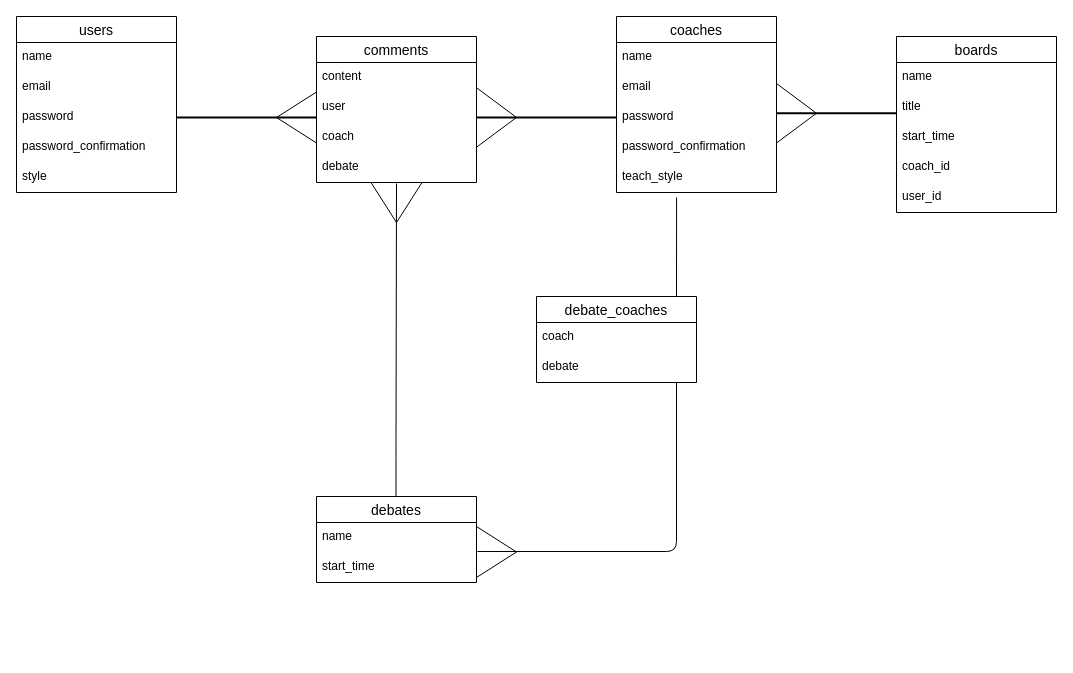
Before: .dio in kojimadaiki/debate-app, a draw.io diagram. Source tidied: cells renumbered, new cells numbered last; positions are measured from the earlier drawing's top-left corner, leaving out a move shared by most shapes. Both pictures are drawn from the tidied source at 100%, with x=0, y=0 at pixel (16, 16).
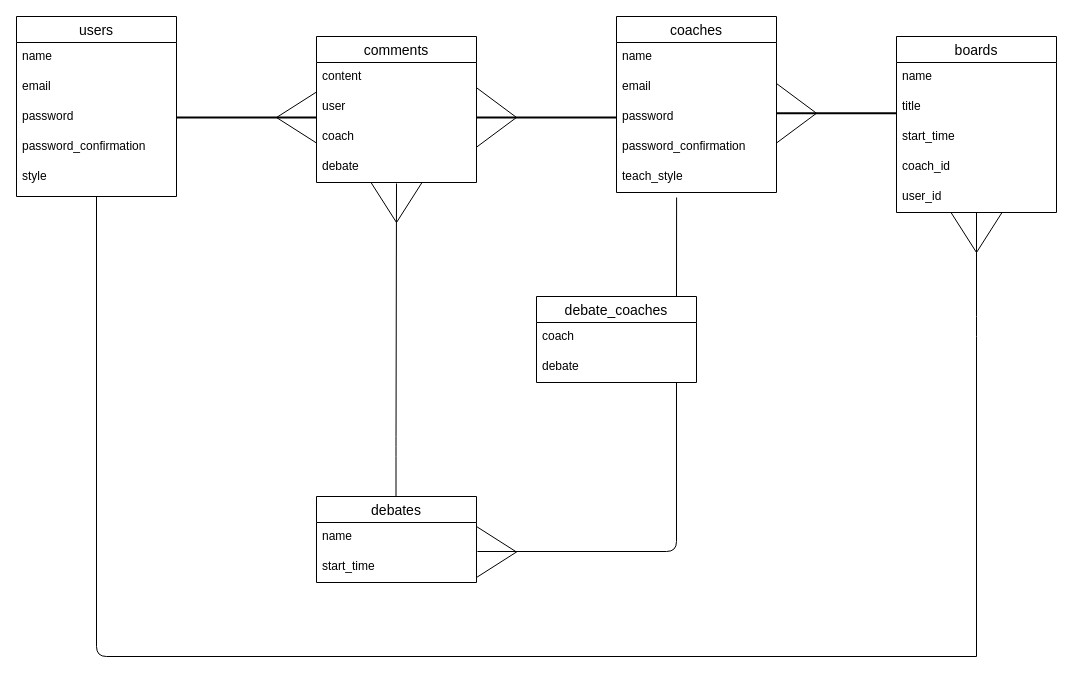
After the change.

The edit, as a diff of the source:
```diff
@@
     <mxCell id="8" value="users" style="swimlane;fontStyle=0;horizontal=1;startSize=26;align=center;fontSize=14;" parent="1" vertex="1">
-      <mxGeometry width="160" height="176" as="geometry" />
+      <mxGeometry width="160" height="180" as="geometry" />
     </mxCell>
@@
     <mxCell id="13" value="style" style="text;strokeColor=none;fillColor=none;spacingLeft=4;spacingRight=4;overflow=hidden;fontSize=12;" parent="8" vertex="1">
-      <mxGeometry y="146" width="160" height="30" as="geometry" />
+      <mxGeometry y="146" width="160" height="34" as="geometry" />
     </mxCell>
@@
+    <mxCell id="44" style="endArrow=none;html=1;entryX=0.5;entryY=1.033;entryDx=0;entryDy=0;entryPerimeter=0;" parent="1" edge="1">
+      <mxGeometry relative="1" as="geometry">
+        <mxPoint x="960" y="640" as="sourcePoint" />
+        <mxPoint x="80" y="180" as="targetPoint" />
+        <Array as="points">
+          <mxPoint x="80" y="640" />
+        </Array>
+      </mxGeometry>
+    </mxCell>
+    <mxCell id="45" style="endArrow=none;html=1;entryX=0.813;entryY=1.167;entryDx=0;entryDy=0;entryPerimeter=0;" parent="1" edge="1" source="46">
+      <mxGeometry relative="1" as="geometry">
+        <mxPoint x="959.6" y="196" as="targetPoint" />
+      </mxGeometry>
+    </mxCell>
+    <mxCell id="46" style="triangle;whiteSpace=wrap;html=1;direction=south;" parent="1" vertex="1">
+      <mxGeometry x="934.5" y="196" width="51" height="40" as="geometry" />
+    </mxCell>
+    <mxCell id="47" style="endArrow=none;html=1;entryX=0;entryY=0.5;entryDx=0;entryDy=0;" parent="1" edge="1" target="46">
+      <mxGeometry relative="1" as="geometry">
+        <mxPoint x="960" y="640" as="sourcePoint" />
+        <Array as="points">
+          <mxPoint x="960" y="310" />
+        </Array>
+      </mxGeometry>
+    </mxCell>
```
